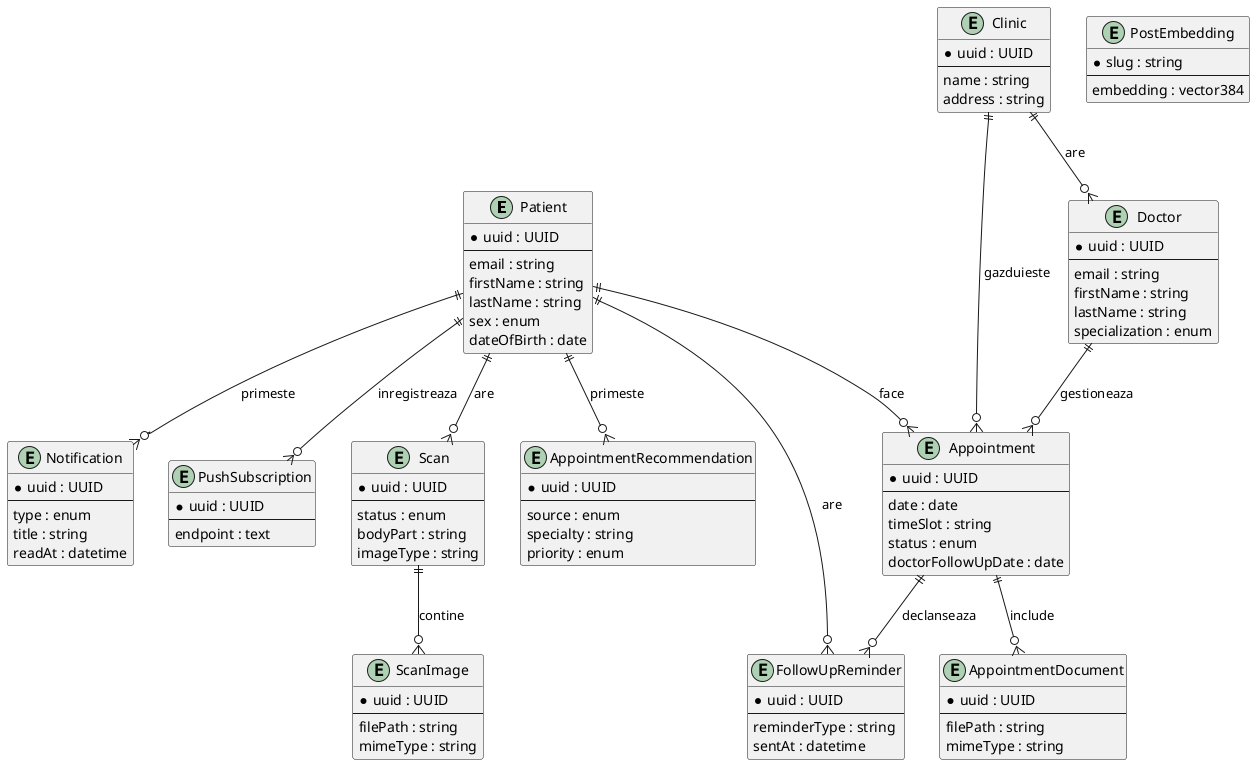
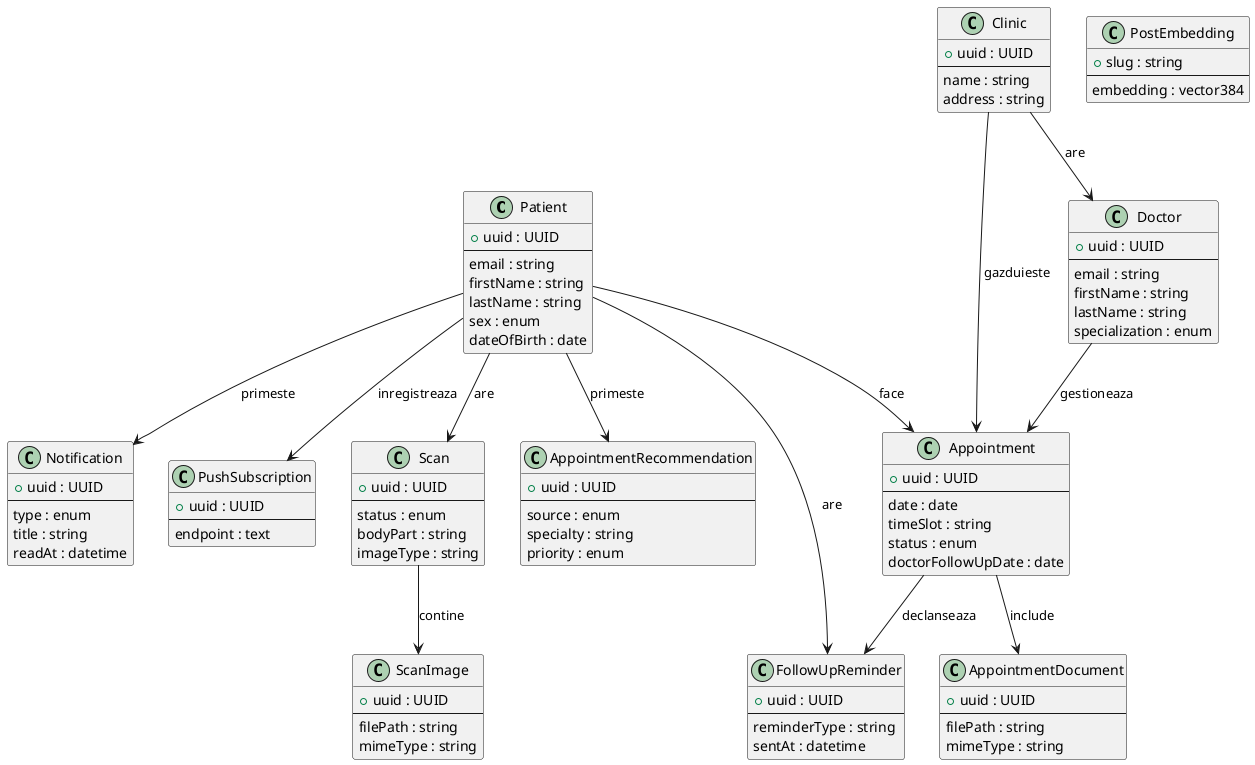
@startuml
hide methods
hide stereotypes

- entity "Patient" as Patient {
-   * uuid : UUID
+ class EPatient as "Patient" {
+   +uuid : UUID
  --
  email : string
  firstName : string
  lastName : string
  sex : enum
  dateOfBirth : date
}

- entity "Doctor" as Doctor {
-   * uuid : UUID
+ class EDoctor as "Doctor" {
+   +uuid : UUID
  --
  email : string
  firstName : string
  lastName : string
  specialization : enum
}

- entity "Clinic" as Clinic {
-   * uuid : UUID
+ class EClinic as "Clinic" {
+   +uuid : UUID
  --
  name : string
  address : string
}

- entity "Appointment" as Appointment {
-   * uuid : UUID
+ class EAppointment as "Appointment" {
+   +uuid : UUID
  --
  date : date
  timeSlot : string
  status : enum
  doctorFollowUpDate : date
}

- entity "AppointmentDocument" as AppointmentDocument {
-   * uuid : UUID
+ class EAppointmentDocument as "AppointmentDocument" {
+   +uuid : UUID
  --
  filePath : string
  mimeType : string
}

- entity "Scan" as Scan {
-   * uuid : UUID
+ class EScan as "Scan" {
+   +uuid : UUID
  --
  status : enum
  bodyPart : string
  imageType : string
}

- entity "ScanImage" as ScanImage {
-   * uuid : UUID
+ class EScanImage as "ScanImage" {
+   +uuid : UUID
  --
  filePath : string
  mimeType : string
}

- entity "Notification" as Notification {
-   * uuid : UUID
+ class ENotification as "Notification" {
+   +uuid : UUID
  --
  type : enum
  title : string
  readAt : datetime
}

- entity "PushSubscription" as PushSubscription {
-   * uuid : UUID
+ class EPushSubscription as "PushSubscription" {
+   +uuid : UUID
  --
  endpoint : text
}

- entity "FollowUpReminder" as FollowUpReminder {
-   * uuid : UUID
+ class EFollowUpReminder as "FollowUpReminder" {
+   +uuid : UUID
  --
  reminderType : string
  sentAt : datetime
}

- entity "AppointmentRecommendation" as AppointmentRecommendation {
-   * uuid : UUID
+ class EAppointmentRecommendation as "AppointmentRecommendation" {
+   +uuid : UUID
  --
  source : enum
  specialty : string
  priority : enum
}

- entity "PostEmbedding" as PostEmbedding {
-   * slug : string
+ class EPostEmbedding as "PostEmbedding" {
+   +slug : string
  --
  embedding : vector384
}

- Clinic ||--o{ Doctor : are
- Clinic ||--o{ Appointment : gazduieste
- Patient ||--o{ Appointment : face
- Doctor ||--o{ Appointment : gestioneaza
- Appointment ||--o{ AppointmentDocument : include
- Patient ||--o{ Scan : are
- Scan ||--o{ ScanImage : contine
- Patient ||--o{ Notification : primeste
- Patient ||--o{ PushSubscription : inregistreaza
- Patient ||--o{ FollowUpReminder : are
- Appointment ||--o{ FollowUpReminder : declanseaza
- Patient ||--o{ AppointmentRecommendation : primeste
+ EClinic --> EDoctor : are
+ EClinic --> EAppointment : gazduieste
+ EPatient --> EAppointment : face
+ EDoctor --> EAppointment : gestioneaza
+ EAppointment --> EAppointmentDocument : include
+ EPatient --> EScan : are
+ EScan --> EScanImage : contine
+ EPatient --> ENotification : primeste
+ EPatient --> EPushSubscription : inregistreaza
+ EPatient --> EFollowUpReminder : are
+ EAppointment --> EFollowUpReminder : declanseaza
+ EPatient --> EAppointmentRecommendation : primeste

@enduml